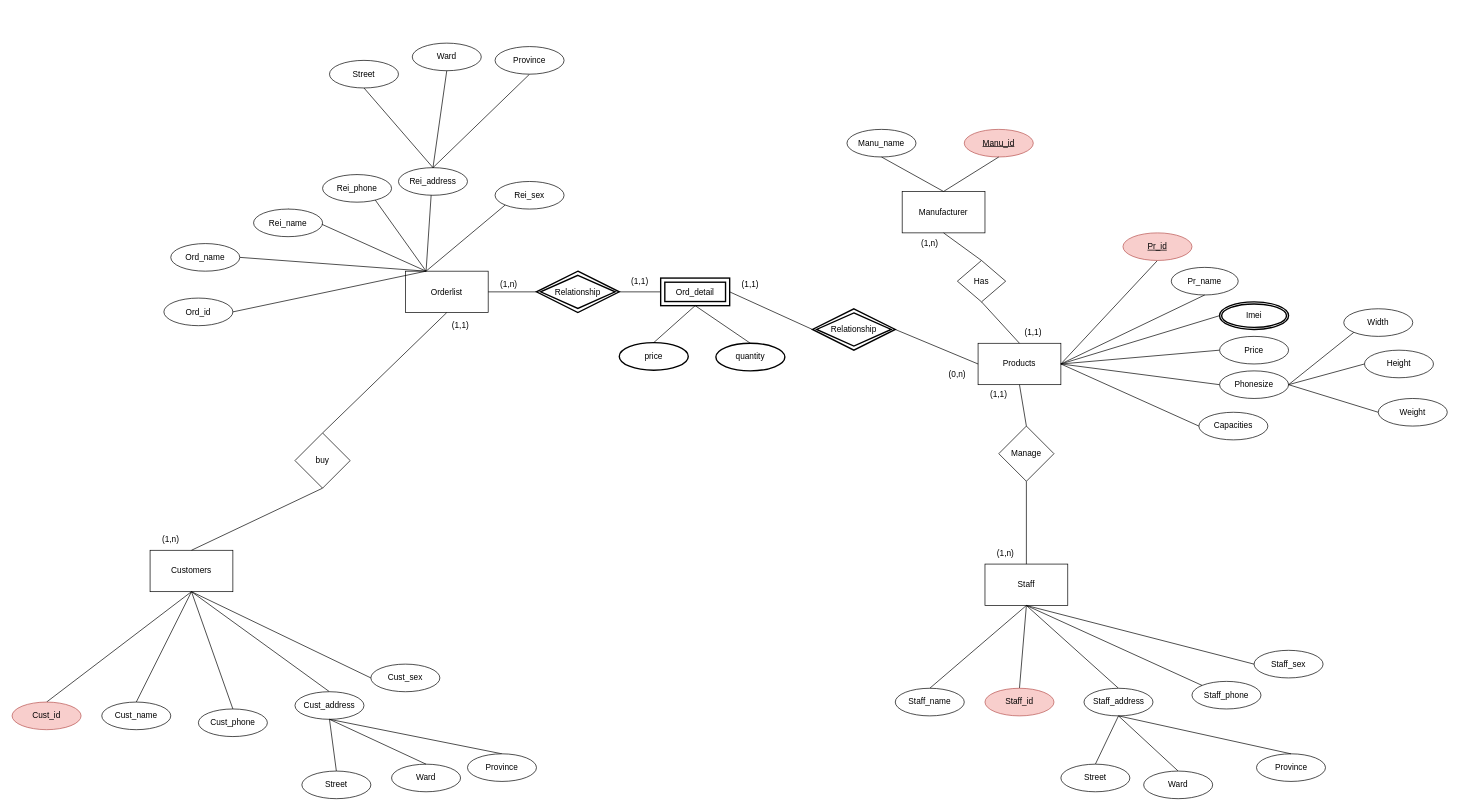
This is ERD Phone.drawio from khanh8603/khanh8603, a draw.io file, before an edit. Source tidied: cells renumbered, new cells numbered last; positions are measured from the earlier drawing's top-left corner, leaving out a move shared by most shapes. Both pictures are drawn from the tidied source at 69%, with x=0, y=0 at pixel (12, 43).
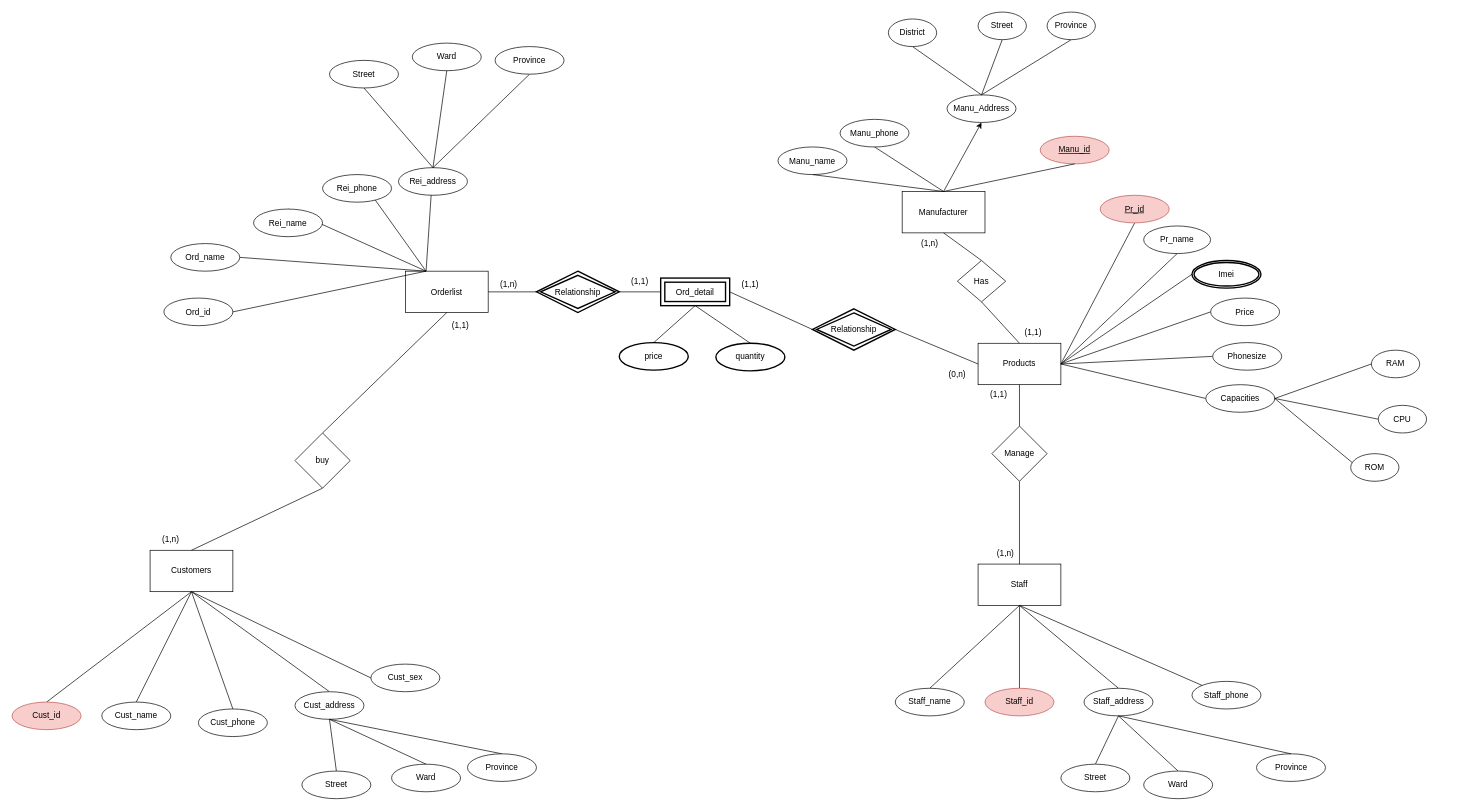
The same diagram, later.

Commit message:
Cập nhật ERD Phone.drawio

Unchanged cells that the change refers to:
```xml
<mxCell id="2" value="Manufacturer" style="rounded=0;whiteSpace=wrap;html=1;" parent="1" vertex="1">
  <mxGeometry x="1290" y="215" width="120" height="60" as="geometry" />
</mxCell>
<mxCell id="50" value="Orderlist" style="rounded=0;whiteSpace=wrap;html=1;strokeColor=#000000;fillColor=default;" parent="1" vertex="1">
  <mxGeometry x="570" y="330.5" width="120" height="60" as="geometry" />
</mxCell>
```

What changed in the source:
```diff
@@
     <mxCell id="3" value="&lt;u&gt;Manu_id&lt;/u&gt;" style="ellipse;whiteSpace=wrap;html=1;align=center;fillColor=#f8cecc;strokeColor=#b85450;" parent="1" vertex="1">
-      <mxGeometry x="1380" y="125" width="100" height="40" as="geometry" />
+      <mxGeometry x="1490" y="135" width="100" height="40" as="geometry" />
     </mxCell>
     <mxCell id="4" value="Manu_name" style="ellipse;whiteSpace=wrap;html=1;align=center;strokeColor=#000000;fillColor=default;" parent="1" vertex="1">
-      <mxGeometry x="1210" y="125" width="100" height="40" as="geometry" />
+      <mxGeometry x="1110" y="150.5" width="100" height="40" as="geometry" />
     </mxCell>
@@
     <mxCell id="10" value="&lt;u&gt;Pr_id&lt;/u&gt;" style="ellipse;whiteSpace=wrap;html=1;align=center;strokeColor=#b85450;fillColor=#f8cecc;" parent="1" vertex="1">
-      <mxGeometry x="1610" y="275" width="100" height="40" as="geometry" />
+      <mxGeometry x="1577" y="220.5" width="100" height="40" as="geometry" />
     </mxCell>
     <mxCell id="11" value="Pr_name" style="ellipse;whiteSpace=wrap;html=1;align=center;strokeColor=#000000;fillColor=default;" parent="1" vertex="1">
-      <mxGeometry x="1680" y="325" width="97" height="40" as="geometry" />
+      <mxGeometry x="1640" y="265" width="97" height="40" as="geometry" />
     </mxCell>
@@
     <mxCell id="15" value="Price" style="ellipse;whiteSpace=wrap;html=1;align=center;strokeColor=#000000;fillColor=default;" parent="1" vertex="1">
-      <mxGeometry x="1750" y="425" width="100" height="40" as="geometry" />
+      <mxGeometry x="1737" y="369.5" width="100" height="40" as="geometry" />
     </mxCell>
@@
     <mxCell id="17" value="Phonesize" style="ellipse;whiteSpace=wrap;html=1;align=center;strokeColor=#000000;fillColor=default;" parent="1" vertex="1">
-      <mxGeometry x="1750" y="475" width="100" height="40" as="geometry" />
+      <mxGeometry x="1740" y="434" width="100" height="40" as="geometry" />
     </mxCell>
@@
     <mxCell id="19" value="Capacities" style="ellipse;whiteSpace=wrap;html=1;align=center;strokeColor=#000000;fillColor=default;" parent="1" vertex="1">
-      <mxGeometry x="1720" y="535" width="100" height="40" as="geometry" />
+      <mxGeometry x="1730" y="495" width="100" height="40" as="geometry" />
     </mxCell>
-    <mxCell id="20" style="endArrow=none;html=1;rounded=0;exitX=1;exitY=0.5;exitDx=0;exitDy=0;entryX=0;entryY=1;entryDx=0;entryDy=0;" parent="1" edge="1" source="17" target="21">
-      <mxGeometry relative="1" as="geometry" />
-    </mxCell>
-    <mxCell id="21" value="Width" style="ellipse;whiteSpace=wrap;html=1;align=center;strokeColor=#000000;fillColor=default;" parent="1" vertex="1">
-      <mxGeometry x="1930" y="385" width="100" height="40" as="geometry" />
-    </mxCell>
-    <mxCell id="22" style="endArrow=none;html=1;rounded=0;exitX=1;exitY=0.5;exitDx=0;exitDy=0;entryX=0;entryY=0.5;entryDx=0;entryDy=0;" parent="1" edge="1" source="17" target="25">
-      <mxGeometry relative="1" as="geometry" />
-    </mxCell>
-    <mxCell id="23" style="endArrow=none;html=1;rounded=0;exitX=1;exitY=0.5;exitDx=0;exitDy=0;entryX=0;entryY=0.5;entryDx=0;entryDy=0;" parent="1" edge="1" source="17" target="26">
-      <mxGeometry relative="1" as="geometry" />
-    </mxCell>
-    <mxCell id="24" style="edgeStyle=orthogonalEdgeStyle;rounded=0;orthogonalLoop=1;jettySize=auto;html=1;exitX=0.5;exitY=1;exitDx=0;exitDy=0;" parent="1" edge="1" source="21" target="21">
-      <mxGeometry relative="1" as="geometry" />
-    </mxCell>
-    <mxCell id="25" value="Height" style="ellipse;whiteSpace=wrap;html=1;align=center;strokeColor=#000000;fillColor=default;" parent="1" vertex="1">
-      <mxGeometry x="1960" y="445" width="100" height="40" as="geometry" />
-    </mxCell>
-    <mxCell id="26" value="Weight" style="ellipse;whiteSpace=wrap;html=1;align=center;strokeColor=#000000;fillColor=default;" parent="1" vertex="1">
-      <mxGeometry x="1980" y="515" width="100" height="40" as="geometry" />
-    </mxCell>
@@
     <mxCell id="32" value="Staff" style="rounded=0;whiteSpace=wrap;html=1;strokeColor=#000000;fillColor=default;" parent="1" vertex="1">
-      <mxGeometry x="1410" y="755" width="120" height="60" as="geometry" />
+      <mxGeometry x="1400" y="755" width="120" height="60" as="geometry" />
     </mxCell>
@@
-    <mxCell id="47" value="Staff_sex" style="ellipse;whiteSpace=wrap;html=1;align=center;strokeColor=#000000;fillColor=default;" parent="1" vertex="1">
-      <mxGeometry x="1800" y="880" width="100" height="40" as="geometry" />
-    </mxCell>
-    <mxCell id="48" style="endArrow=none;html=1;rounded=0;exitX=0.5;exitY=1;exitDx=0;exitDy=0;entryX=0;entryY=0.5;entryDx=0;entryDy=0;" parent="1" edge="1" source="32" target="47">
-      <mxGeometry relative="1" as="geometry" />
-    </mxCell>
@@
-    <mxCell id="61" value="Rei_sex" style="ellipse;whiteSpace=wrap;html=1;align=center;strokeColor=#000000;fillColor=default;" parent="1" vertex="1">
-      <mxGeometry x="700" y="200.5" width="100" height="40" as="geometry" />
-    </mxCell>
-    <mxCell id="62" style="endArrow=none;html=1;rounded=0;entryX=0;entryY=1;entryDx=0;entryDy=0;exitX=0.25;exitY=0;exitDx=0;exitDy=0;" parent="1" edge="1" source="50" target="61">
-      <mxGeometry relative="1" as="geometry" />
-    </mxCell>
@@
     <mxCell id="103" value="Imei" style="ellipse;shape=doubleEllipse;margin=3;whiteSpace=wrap;html=1;align=center;shadow=0;fillStyle=auto;strokeColor=#000000;strokeWidth=2;fillColor=#FFFFFF;" parent="1" vertex="1">
-      <mxGeometry x="1750" y="375" width="100" height="40" as="geometry" />
+      <mxGeometry x="1710" y="315" width="100" height="40" as="geometry" />
     </mxCell>
@@
     <mxCell id="108" value="Manage" style="rhombus;whiteSpace=wrap;html=1;" parent="1" vertex="1">
-      <mxGeometry x="1430" y="555" width="80" height="80" as="geometry" />
+      <mxGeometry x="1420" y="555" width="80" height="80" as="geometry" />
     </mxCell>
     <mxCell id="109" style="endArrow=none;html=1;rounded=0;entryX=0.5;entryY=1;entryDx=0;entryDy=0;exitX=0.5;exitY=0;exitDx=0;exitDy=0;" parent="1" edge="1" source="32" target="108">
-      <mxGeometry relative="1" as="geometry">
-        <Array as="points">
-          <mxPoint x="1470" y="635" />
-        </Array>
-      </mxGeometry>
+      <mxGeometry relative="1" as="geometry" />
     </mxCell>
+    <mxCell id="110" value="Manu_phone" style="ellipse;whiteSpace=wrap;html=1;align=center;strokeColor=#000000;fillColor=default;" parent="1" vertex="1">
+      <mxGeometry x="1200" y="110.5" width="100" height="40" as="geometry" />
+    </mxCell>
+    <mxCell id="111" style="endArrow=none;html=1;rounded=0;entryX=0.5;entryY=1;entryDx=0;entryDy=0;exitX=0.5;exitY=0;exitDx=0;exitDy=0;" parent="1" edge="1" source="2" target="110">
+      <mxGeometry relative="1" as="geometry" />
+    </mxCell>
+    <mxCell id="112" value="Manu_Address" style="ellipse;whiteSpace=wrap;html=1;align=center;strokeColor=#000000;fillColor=default;" parent="1" vertex="1">
+      <mxGeometry x="1355" y="75" width="100" height="40" as="geometry" />
+    </mxCell>
+    <mxCell id="113" style="endArrow=classic;html=1;rounded=0;exitX=0.5;exitY=0;exitDx=0;exitDy=0;entryX=0.5;entryY=1;entryDx=0;entryDy=0;" parent="1" edge="1" source="2" target="112">
+      <mxGeometry relative="1" as="geometry" />
+    </mxCell>
+    <mxCell id="114" style="endArrow=none;html=1;rounded=0;exitX=0.5;exitY=0;exitDx=0;exitDy=0;entryX=0.5;entryY=1;entryDx=0;entryDy=0;" parent="1" edge="1" source="112" target="119">
+      <mxGeometry relative="1" as="geometry" />
+    </mxCell>
+    <mxCell id="115" style="endArrow=none;html=1;rounded=0;exitX=0.5;exitY=0;exitDx=0;exitDy=0;entryX=0.5;entryY=1;entryDx=0;entryDy=0;" parent="1" edge="1" source="112" target="118">
+      <mxGeometry relative="1" as="geometry" />
+    </mxCell>
+    <mxCell id="116" style="endArrow=none;html=1;rounded=0;exitX=0.5;exitY=0;exitDx=0;exitDy=0;entryX=0.5;entryY=1;entryDx=0;entryDy=0;" parent="1" edge="1" source="112" target="117">
+      <mxGeometry relative="1" as="geometry" />
+    </mxCell>
+    <mxCell id="117" value="Province" style="ellipse;whiteSpace=wrap;html=1;" parent="1" vertex="1">
+      <mxGeometry x="1500" y="-45" width="70" height="40" as="geometry" />
+    </mxCell>
+    <mxCell id="118" value="Street" style="ellipse;whiteSpace=wrap;html=1;" parent="1" vertex="1">
+      <mxGeometry x="1400" y="-45" width="70" height="40" as="geometry" />
+    </mxCell>
+    <mxCell id="119" value="District" style="ellipse;whiteSpace=wrap;html=1;" parent="1" vertex="1">
+      <mxGeometry x="1270" y="-35" width="70" height="40" as="geometry" />
+    </mxCell>
+    <mxCell id="120" style="endArrow=none;html=1;rounded=0;exitX=1;exitY=0.5;exitDx=0;exitDy=0;entryX=0;entryY=0.5;entryDx=0;entryDy=0;" parent="1" edge="1" source="19" target="125">
+      <mxGeometry relative="1" as="geometry" />
+    </mxCell>
+    <mxCell id="121" style="endArrow=none;html=1;rounded=0;exitX=1;exitY=0.5;exitDx=0;exitDy=0;entryX=0.5;entryY=1;entryDx=0;entryDy=0;" parent="1" edge="1" source="19" target="124">
+      <mxGeometry relative="1" as="geometry" />
+    </mxCell>
+    <mxCell id="122" style="endArrow=none;html=1;rounded=0;exitX=1;exitY=0.5;exitDx=0;exitDy=0;entryX=0;entryY=0.5;entryDx=0;entryDy=0;" parent="1" edge="1" source="19" target="123">
+      <mxGeometry relative="1" as="geometry" />
+    </mxCell>
+    <mxCell id="123" value="CPU" style="ellipse;whiteSpace=wrap;html=1;" parent="1" vertex="1">
+      <mxGeometry x="1980" y="525" width="70" height="40" as="geometry" />
+    </mxCell>
+    <mxCell id="124" value="ROM" style="ellipse;whiteSpace=wrap;html=1;" parent="1" vertex="1">
+      <mxGeometry x="1940" y="595" width="70" height="40" as="geometry" />
+    </mxCell>
+    <mxCell id="125" value="RAM" style="ellipse;whiteSpace=wrap;html=1;" parent="1" vertex="1">
+      <mxGeometry x="1970" y="445" width="70" height="40" as="geometry" />
+    </mxCell>
```
